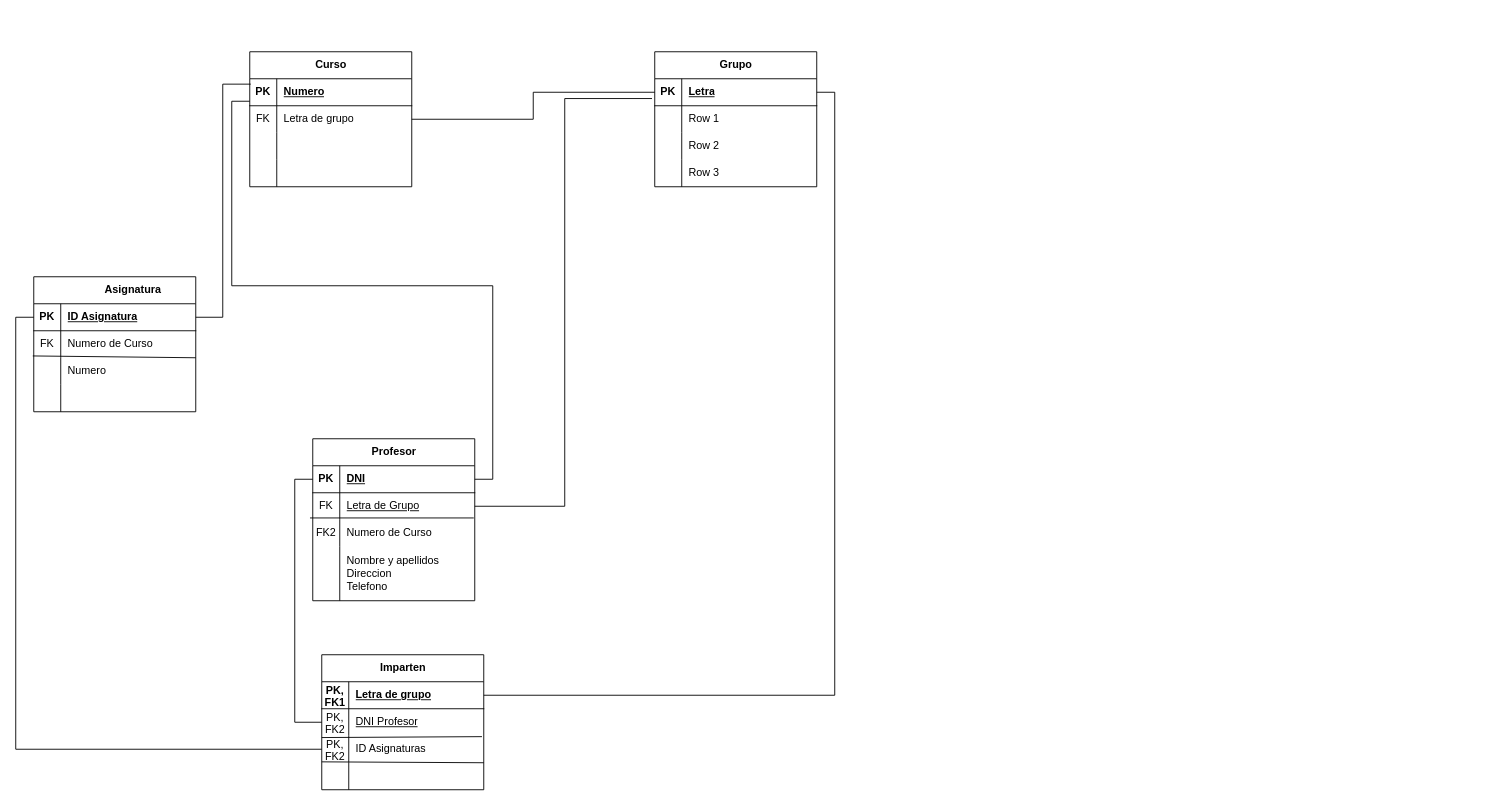
This is Unidad1/Tareas/MR Tarea2/Untitled Diagram.drawio from JVC0/Base-Datos, a draw.io file, before an edit. Source tidied: cells renumbered, new cells numbered last; positions are measured from the earlier drawing's top-left corner, leaving out a move shared by most shapes. Both pictures are drawn from the tidied source at 90%, with x=0, y=0 at pixel (33, 51).
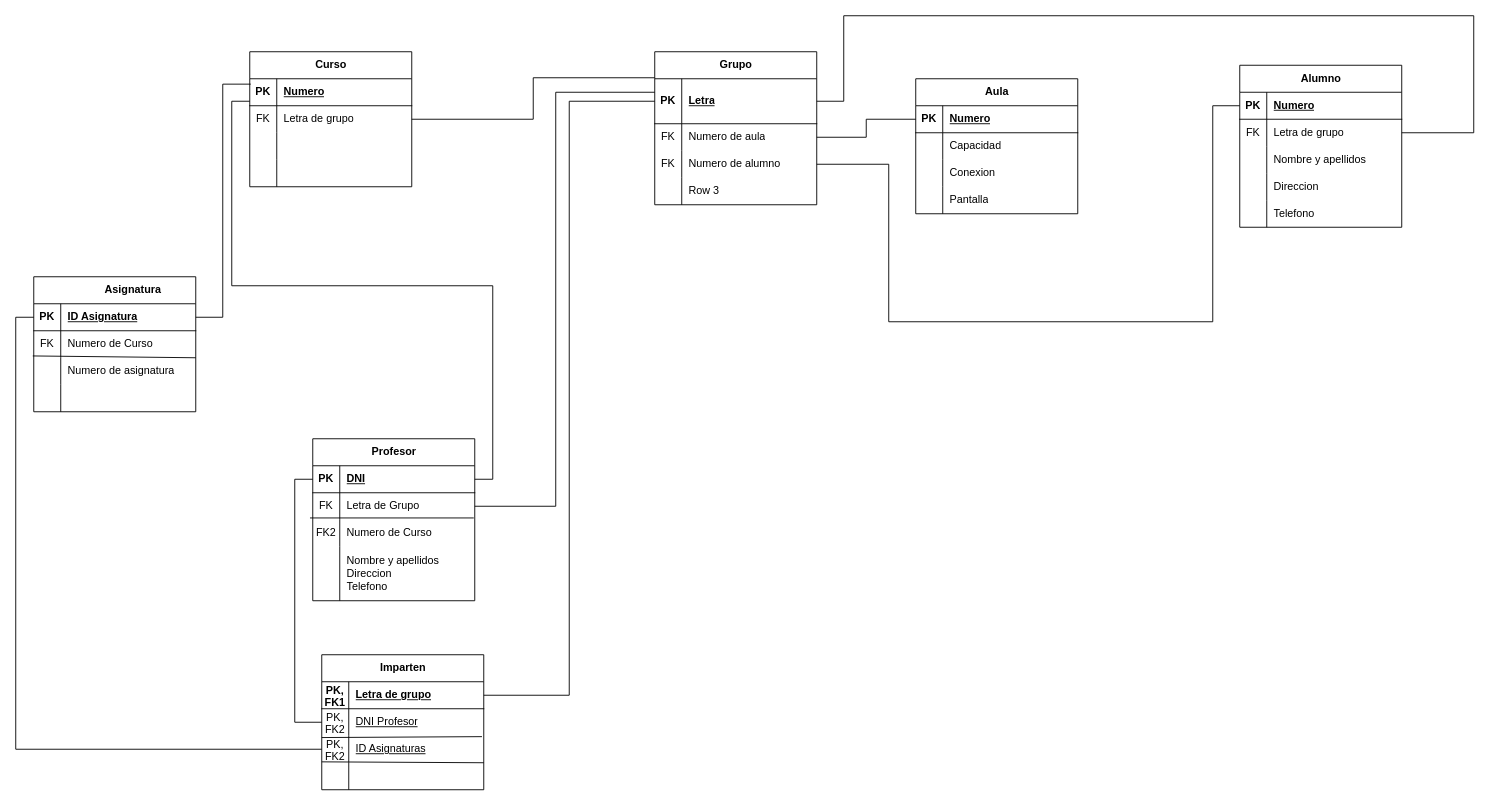
The same page after the edit.

The change refers to these unchanged cells:
```xml
<mxCell id="6" style="shape=tableRow;horizontal=0;startSize=0;swimlaneHead=0;swimlaneBody=0;fillColor=none;points=[[0,0.5],[1,0.5]];portConstraint=eastwest;top=0;left=0;right=0;bottom=0;" parent="2" vertex="1">
  <mxGeometry y="60" width="180" height="30" as="geometry" />
</mxCell>
<mxCell id="22" style="shape=tableRow;horizontal=0;startSize=0;swimlaneHead=0;swimlaneBody=0;fillColor=none;points=[[0,0.5],[1,0.5]];portConstraint=eastwest;top=0;left=0;right=0;bottom=0;" parent="15" vertex="1">
  <mxGeometry y="90" width="180" height="30" as="geometry" />
</mxCell>
<mxCell id="34" style="shape=tableRow;horizontal=0;startSize=0;swimlaneHead=0;swimlaneBody=0;fillColor=none;points=[[0,0.5],[1,0.5]];portConstraint=eastwest;top=0;left=0;right=0;bottom=0;" parent="30" vertex="1">
  <mxGeometry y="60" width="180" height="30" as="geometry" />
</mxCell>
<mxCell id="61" style="shape=tableRow;horizontal=0;startSize=0;swimlaneHead=0;swimlaneBody=0;fillColor=none;points=[[0,0.5],[1,0.5]];portConstraint=eastwest;top=0;left=0;right=0;bottom=1;" parent="60" vertex="1">
  <mxGeometry y="30" width="180" height="30" as="geometry" />
</mxCell>
<mxCell id="67" style="shape=tableRow;horizontal=0;startSize=0;swimlaneHead=0;swimlaneBody=0;fillColor=none;points=[[0,0.5],[1,0.5]];portConstraint=eastwest;top=0;left=0;right=0;bottom=0;" parent="60" vertex="1">
  <mxGeometry y="90" width="180" height="30" as="geometry" />
</mxCell>
```

Diff of the diagram source:
```diff
@@
-    <mxCell id="24" value="Numero" style="shape=partialRectangle;fillColor=none;top=0;left=0;bottom=0;right=0;align=left;spacingLeft=6;overflow=hidden;whiteSpace=wrap;html=1;" parent="22" vertex="1">
+    <mxCell id="24" value="Numero de asignatura" style="shape=partialRectangle;fillColor=none;top=0;left=0;bottom=0;right=0;align=left;spacingLeft=6;overflow=hidden;whiteSpace=wrap;html=1;" parent="22" vertex="1">
       <mxGeometry x="30" width="150" height="30" as="geometry" />
     </mxCell>
@@
-    <mxCell id="36" value="&lt;u&gt;Letra de Grupo&lt;/u&gt;" style="shape=partialRectangle;fillColor=none;top=0;left=0;bottom=0;right=0;align=left;spacingLeft=6;overflow=hidden;whiteSpace=wrap;html=1;" parent="34" vertex="1">
+    <mxCell id="36" value="Letra de Grupo" style="shape=partialRectangle;fillColor=none;top=0;left=0;bottom=0;right=0;align=left;spacingLeft=6;overflow=hidden;whiteSpace=wrap;html=1;" parent="34" vertex="1">
       <mxGeometry x="30" width="150" height="30" as="geometry" />
     </mxCell>
@@
     <mxCell id="45" value="Grupo" style="shape=table;startSize=30;childLayout=tableLayout;rowLines=0;fontStyle=1;align=center;html=1;" parent="1" vertex="1">
-      <mxGeometry x="690" width="180" height="150" as="geometry" />
+      <mxGeometry x="690" width="180" height="170" as="geometry" />
     </mxCell>
     <mxCell id="46" style="shape=tableRow;horizontal=0;startSize=0;swimlaneHead=0;swimlaneBody=0;fillColor=none;points=[[0,0.5],[1,0.5]];portConstraint=eastwest;top=0;left=0;right=0;bottom=1;" parent="45" vertex="1">
-      <mxGeometry y="30" width="180" height="30" as="geometry" />
+      <mxGeometry y="30" width="180" height="50" as="geometry" />
     </mxCell>
     <mxCell id="47" value="PK" style="shape=partialRectangle;fillColor=none;top=0;left=0;bottom=0;right=0;fontStyle=1;overflow=hidden;whiteSpace=wrap;html=1;" parent="46" vertex="1">
-      <mxGeometry width="30" height="30" as="geometry" />
+      <mxGeometry width="30" height="50" as="geometry" />
     </mxCell>
     <mxCell id="48" value="Letra" style="shape=partialRectangle;fillColor=none;top=0;left=0;bottom=0;right=0;align=left;spacingLeft=6;fontStyle=5;overflow=hidden;whiteSpace=wrap;html=1;" parent="46" vertex="1">
-      <mxGeometry x="30" width="150" height="30" as="geometry" />
+      <mxGeometry x="30" width="150" height="50" as="geometry" />
     </mxCell>
-    <mxCell id="49" style="shape=tableRow;horizontal=0;startSize=0;swimlaneHead=0;swimlaneBody=0;fillColor=none;top=0;left=0;right=0;bottom=0;" parent="45" vertex="1">
-      <mxGeometry y="60" width="180" height="30" as="geometry" />
-    </mxCell>
-    <mxCell id="50" style="shape=partialRectangle;fillColor=none;top=0;left=0;bottom=0;right=0;overflow=hidden;whiteSpace=wrap;html=1;" parent="49" vertex="1">
-      <mxGeometry width="30" height="30" as="geometry" />
-    </mxCell>
-    <mxCell id="51" value="Row 1" style="shape=partialRectangle;fillColor=none;top=0;left=0;bottom=0;right=0;align=left;spacingLeft=6;overflow=hidden;whiteSpace=wrap;html=1;" parent="49" vertex="1">
-      <mxGeometry x="30" width="150" height="30" as="geometry" />
-    </mxCell>
+    <mxCell id="78" style="shape=tableRow;horizontal=0;startSize=0;swimlaneHead=0;swimlaneBody=0;fillColor=none;points=[[0,0.5],[1,0.5]];portConstraint=eastwest;top=0;left=0;right=0;bottom=0;" parent="45" vertex="1">
+      <mxGeometry y="80" width="180" height="30" as="geometry" />
+    </mxCell>
+    <mxCell id="79" value="FK" style="shape=partialRectangle;fillColor=none;top=0;left=0;bottom=0;right=0;fontStyle=0;overflow=hidden;whiteSpace=wrap;html=1;" parent="78" vertex="1">
+      <mxGeometry width="30" height="30" as="geometry" />
+    </mxCell>
+    <mxCell id="80" value="Numero de aula" style="shape=partialRectangle;fillColor=none;top=0;left=0;bottom=0;right=0;align=left;spacingLeft=6;fontStyle=0;overflow=hidden;whiteSpace=wrap;html=1;" parent="78" vertex="1">
+      <mxGeometry x="30" width="150" height="30" as="geometry" />
+    </mxCell>
     <mxCell id="52" style="shape=tableRow;horizontal=0;startSize=0;swimlaneHead=0;swimlaneBody=0;fillColor=none;points=[[0,0.5],[1,0.5]];portConstraint=eastwest;top=0;left=0;right=0;bottom=0;" parent="45" vertex="1">
-      <mxGeometry y="90" width="180" height="30" as="geometry" />
+      <mxGeometry y="110" width="180" height="30" as="geometry" />
     </mxCell>
-    <mxCell id="53" style="shape=partialRectangle;fillColor=none;top=0;left=0;bottom=0;right=0;overflow=hidden;whiteSpace=wrap;html=1;" parent="52" vertex="1">
+    <mxCell id="53" value="FK" style="shape=partialRectangle;fillColor=none;top=0;left=0;bottom=0;right=0;overflow=hidden;whiteSpace=wrap;html=1;" parent="52" vertex="1">
       <mxGeometry width="30" height="30" as="geometry" />
     </mxCell>
-    <mxCell id="54" value="Row 2" style="shape=partialRectangle;fillColor=none;top=0;left=0;bottom=0;right=0;align=left;spacingLeft=6;overflow=hidden;whiteSpace=wrap;html=1;" parent="52" vertex="1">
+    <mxCell id="54" value="Numero de alumno" style="shape=partialRectangle;fillColor=none;top=0;left=0;bottom=0;right=0;align=left;spacingLeft=6;overflow=hidden;whiteSpace=wrap;html=1;" parent="52" vertex="1">
       <mxGeometry x="30" width="150" height="30" as="geometry" />
     </mxCell>
     <mxCell id="55" style="shape=tableRow;horizontal=0;startSize=0;swimlaneHead=0;swimlaneBody=0;fillColor=none;top=0;left=0;right=0;bottom=0;" parent="45" vertex="1">
-      <mxGeometry y="120" width="180" height="30" as="geometry" />
+      <mxGeometry y="140" width="180" height="30" as="geometry" />
     </mxCell>
@@
-    <mxCell id="58" style="edgeStyle=orthogonalEdgeStyle;rounded=0;jettySize=auto;html=1;endArrow=none;endFill=0;entryX=1;entryY=0.5;entryDx=0;entryDy=0;" parent="1" edge="1" source="46" target="6">
+    <mxCell id="58" style="edgeStyle=orthogonalEdgeStyle;rounded=0;jettySize=auto;html=1;endArrow=none;endFill=0;entryX=1;entryY=0.5;entryDx=0;entryDy=0;exitX=0;exitY=0.17;exitDx=0;exitDy=0;exitPerimeter=0;" parent="1" edge="1" source="45" target="6">
       <mxGeometry relative="1" as="geometry" />
     </mxCell>
-    <mxCell id="59" style="edgeStyle=orthogonalEdgeStyle;rounded=0;jettySize=auto;html=1;entryX=-0.017;entryY=0.733;entryDx=0;entryDy=0;entryPerimeter=0;endArrow=none;endFill=0;" parent="1" edge="1" source="34" target="46">
-      <mxGeometry relative="1" as="geometry" />
+    <mxCell id="59" style="edgeStyle=orthogonalEdgeStyle;rounded=0;jettySize=auto;html=1;endArrow=none;endFill=0;" parent="1" edge="1" source="34" target="46">
+      <mxGeometry relative="1" as="geometry">
+        <Array as="points">
+          <mxPoint x="580" y="505" />
+          <mxPoint x="580" y="45" />
+        </Array>
+      </mxGeometry>
     </mxCell>
@@
-    <mxCell id="69" value="ID Asignaturas" style="shape=partialRectangle;fillColor=none;top=0;left=0;bottom=0;right=0;align=left;spacingLeft=6;overflow=hidden;whiteSpace=wrap;html=1;" parent="67" vertex="1">
+    <mxCell id="69" value="&lt;u&gt;ID Asignaturas&lt;/u&gt;" style="shape=partialRectangle;fillColor=none;top=0;left=0;bottom=0;right=0;align=left;spacingLeft=6;overflow=hidden;whiteSpace=wrap;html=1;" parent="67" vertex="1">
       <mxGeometry x="30" width="150" height="30" as="geometry" />
     </mxCell>
@@
-    <mxCell id="77" style="edgeStyle=orthogonalEdgeStyle;rounded=0;jettySize=auto;html=1;entryX=1;entryY=0.5;entryDx=0;entryDy=0;endArrow=none;endFill=0;" parent="1" edge="1" source="61" target="46">
+    <mxCell id="77" style="edgeStyle=orthogonalEdgeStyle;rounded=0;jettySize=auto;html=1;endArrow=none;endFill=0;entryX=0;entryY=0.5;entryDx=0;entryDy=0;" parent="1" edge="1" source="61" target="46">
       <mxGeometry relative="1" as="geometry" />
     </mxCell>
+    <mxCell id="81" value="Aula" style="shape=table;startSize=30;childLayout=tableLayout;rowLines=0;fontStyle=1;align=center;html=1;" parent="1" vertex="1">
+      <mxGeometry x="980" y="30" width="180" height="150" as="geometry" />
+    </mxCell>
+    <mxCell id="82" style="shape=tableRow;horizontal=0;startSize=0;swimlaneHead=0;swimlaneBody=0;fillColor=none;points=[[0,0.5],[1,0.5]];portConstraint=eastwest;top=0;left=0;right=0;bottom=1;" parent="81" vertex="1">
+      <mxGeometry y="30" width="180" height="30" as="geometry" />
+    </mxCell>
+    <mxCell id="83" value="PK" style="shape=partialRectangle;fillColor=none;top=0;left=0;bottom=0;right=0;fontStyle=1;overflow=hidden;whiteSpace=wrap;html=1;" parent="82" vertex="1">
+      <mxGeometry width="30" height="30" as="geometry" />
+    </mxCell>
+    <mxCell id="84" value="Numero" style="shape=partialRectangle;fillColor=none;top=0;left=0;bottom=0;right=0;align=left;spacingLeft=6;fontStyle=5;overflow=hidden;whiteSpace=wrap;html=1;" parent="82" vertex="1">
+      <mxGeometry x="30" width="150" height="30" as="geometry" />
+    </mxCell>
+    <mxCell id="85" style="shape=tableRow;horizontal=0;startSize=0;swimlaneHead=0;swimlaneBody=0;fillColor=none;top=0;left=0;right=0;bottom=0;" parent="81" vertex="1">
+      <mxGeometry y="60" width="180" height="30" as="geometry" />
+    </mxCell>
+    <mxCell id="86" style="shape=partialRectangle;fillColor=none;top=0;left=0;bottom=0;right=0;overflow=hidden;whiteSpace=wrap;html=1;" parent="85" vertex="1">
+      <mxGeometry width="30" height="30" as="geometry" />
+    </mxCell>
+    <mxCell id="87" value="Capacidad" style="shape=partialRectangle;fillColor=none;top=0;left=0;bottom=0;right=0;align=left;spacingLeft=6;overflow=hidden;whiteSpace=wrap;html=1;" parent="85" vertex="1">
+      <mxGeometry x="30" width="150" height="30" as="geometry" />
+    </mxCell>
+    <mxCell id="88" style="shape=tableRow;horizontal=0;startSize=0;swimlaneHead=0;swimlaneBody=0;fillColor=none;top=0;left=0;right=0;bottom=0;" parent="81" vertex="1">
+      <mxGeometry y="90" width="180" height="30" as="geometry" />
+    </mxCell>
+    <mxCell id="89" style="shape=partialRectangle;fillColor=none;top=0;left=0;bottom=0;right=0;overflow=hidden;whiteSpace=wrap;html=1;" parent="88" vertex="1">
+      <mxGeometry width="30" height="30" as="geometry" />
+    </mxCell>
+    <mxCell id="90" value="Conexion" style="shape=partialRectangle;fillColor=none;top=0;left=0;bottom=0;right=0;align=left;spacingLeft=6;overflow=hidden;whiteSpace=wrap;html=1;" parent="88" vertex="1">
+      <mxGeometry x="30" width="150" height="30" as="geometry" />
+    </mxCell>
+    <mxCell id="91" style="shape=tableRow;horizontal=0;startSize=0;swimlaneHead=0;swimlaneBody=0;fillColor=none;top=0;left=0;right=0;bottom=0;" parent="81" vertex="1">
+      <mxGeometry y="120" width="180" height="30" as="geometry" />
+    </mxCell>
+    <mxCell id="92" style="shape=partialRectangle;fillColor=none;top=0;left=0;bottom=0;right=0;overflow=hidden;whiteSpace=wrap;html=1;" parent="91" vertex="1">
+      <mxGeometry width="30" height="30" as="geometry" />
+    </mxCell>
+    <mxCell id="93" value="Pantalla" style="shape=partialRectangle;fillColor=none;top=0;left=0;bottom=0;right=0;align=left;spacingLeft=6;overflow=hidden;whiteSpace=wrap;html=1;" parent="91" vertex="1">
+      <mxGeometry x="30" width="150" height="30" as="geometry" />
+    </mxCell>
+    <mxCell id="94" style="edgeStyle=orthogonalEdgeStyle;rounded=0;jettySize=auto;html=1;entryX=1;entryY=0.5;entryDx=0;entryDy=0;endArrow=none;endFill=0;" parent="1" edge="1" source="82" target="78">
+      <mxGeometry relative="1" as="geometry" />
+    </mxCell>
+    <mxCell id="95" value="Alumno" style="shape=table;startSize=30;childLayout=tableLayout;rowLines=0;fontStyle=1;align=center;html=1;" parent="1" vertex="1">
+      <mxGeometry x="1340" y="15" width="180" height="180" as="geometry" />
+    </mxCell>
+    <mxCell id="96" style="shape=tableRow;horizontal=0;startSize=0;swimlaneHead=0;swimlaneBody=0;fillColor=none;points=[[0,0.5],[1,0.5]];portConstraint=eastwest;top=0;left=0;right=0;bottom=1;" parent="95" vertex="1">
+      <mxGeometry y="30" width="180" height="30" as="geometry" />
+    </mxCell>
+    <mxCell id="97" value="PK" style="shape=partialRectangle;fillColor=none;top=0;left=0;bottom=0;right=0;fontStyle=1;overflow=hidden;whiteSpace=wrap;html=1;" parent="96" vertex="1">
+      <mxGeometry width="30" height="30" as="geometry" />
+    </mxCell>
+    <mxCell id="98" value="Numero" style="shape=partialRectangle;fillColor=none;top=0;left=0;bottom=0;right=0;align=left;spacingLeft=6;fontStyle=5;overflow=hidden;whiteSpace=wrap;html=1;" parent="96" vertex="1">
+      <mxGeometry x="30" width="150" height="30" as="geometry" />
+    </mxCell>
+    <mxCell id="99" style="shape=tableRow;horizontal=0;startSize=0;swimlaneHead=0;swimlaneBody=0;fillColor=none;points=[[0,0.5],[1,0.5]];portConstraint=eastwest;top=0;left=0;right=0;bottom=0;" parent="95" vertex="1">
+      <mxGeometry y="60" width="180" height="30" as="geometry" />
+    </mxCell>
+    <mxCell id="100" value="FK" style="shape=partialRectangle;fillColor=none;top=0;left=0;bottom=0;right=0;fontStyle=0;overflow=hidden;whiteSpace=wrap;html=1;" parent="99" vertex="1">
+      <mxGeometry width="30" height="30" as="geometry" />
+    </mxCell>
+    <mxCell id="101" value="Letra de grupo" style="shape=partialRectangle;fillColor=none;top=0;left=0;bottom=0;right=0;align=left;spacingLeft=6;fontStyle=0;overflow=hidden;whiteSpace=wrap;html=1;" parent="99" vertex="1">
+      <mxGeometry x="30" width="150" height="30" as="geometry" />
+    </mxCell>
+    <mxCell id="102" style="shape=tableRow;horizontal=0;startSize=0;swimlaneHead=0;swimlaneBody=0;fillColor=none;top=0;left=0;right=0;bottom=0;" parent="95" vertex="1">
+      <mxGeometry y="90" width="180" height="30" as="geometry" />
+    </mxCell>
+    <mxCell id="103" style="shape=partialRectangle;fillColor=none;top=0;left=0;bottom=0;right=0;overflow=hidden;whiteSpace=wrap;html=1;" parent="102" vertex="1">
+      <mxGeometry width="30" height="30" as="geometry" />
+    </mxCell>
+    <mxCell id="104" value="Nombre y apellidos" style="shape=partialRectangle;fillColor=none;top=0;left=0;bottom=0;right=0;align=left;spacingLeft=6;overflow=hidden;whiteSpace=wrap;html=1;" parent="102" vertex="1">
+      <mxGeometry x="30" width="150" height="30" as="geometry" />
+    </mxCell>
+    <mxCell id="105" style="shape=tableRow;horizontal=0;startSize=0;swimlaneHead=0;swimlaneBody=0;fillColor=none;top=0;left=0;right=0;bottom=0;" parent="95" vertex="1">
+      <mxGeometry y="120" width="180" height="30" as="geometry" />
+    </mxCell>
+    <mxCell id="106" style="shape=partialRectangle;fillColor=none;top=0;left=0;bottom=0;right=0;overflow=hidden;whiteSpace=wrap;html=1;" parent="105" vertex="1">
+      <mxGeometry width="30" height="30" as="geometry" />
+    </mxCell>
+    <mxCell id="107" value="Direccion" style="shape=partialRectangle;fillColor=none;top=0;left=0;bottom=0;right=0;align=left;spacingLeft=6;overflow=hidden;whiteSpace=wrap;html=1;" parent="105" vertex="1">
+      <mxGeometry x="30" width="150" height="30" as="geometry" />
+    </mxCell>
+    <mxCell id="108" style="shape=tableRow;horizontal=0;startSize=0;swimlaneHead=0;swimlaneBody=0;fillColor=none;top=0;left=0;right=0;bottom=0;" parent="95" vertex="1">
+      <mxGeometry y="150" width="180" height="30" as="geometry" />
+    </mxCell>
+    <mxCell id="109" style="shape=partialRectangle;fillColor=none;top=0;left=0;bottom=0;right=0;overflow=hidden;whiteSpace=wrap;html=1;" parent="108" vertex="1">
+      <mxGeometry width="30" height="30" as="geometry" />
+    </mxCell>
+    <mxCell id="110" value="Telefono" style="shape=partialRectangle;fillColor=none;top=0;left=0;bottom=0;right=0;align=left;spacingLeft=6;overflow=hidden;whiteSpace=wrap;html=1;" parent="108" vertex="1">
+      <mxGeometry x="30" width="150" height="30" as="geometry" />
+    </mxCell>
+    <mxCell id="111" style="edgeStyle=orthogonalEdgeStyle;rounded=0;jettySize=auto;html=1;entryX=1;entryY=0.5;entryDx=0;entryDy=0;exitX=0;exitY=0.5;exitDx=0;exitDy=0;endArrow=none;endFill=0;" parent="1" edge="1" source="96" target="52">
+      <mxGeometry relative="1" as="geometry">
+        <Array as="points">
+          <mxPoint x="1310" y="60" />
+          <mxPoint x="1310" y="300" />
+          <mxPoint x="950" y="300" />
+          <mxPoint x="950" y="125" />
+        </Array>
+      </mxGeometry>
+    </mxCell>
+    <mxCell id="112" style="edgeStyle=orthogonalEdgeStyle;rounded=0;jettySize=auto;html=1;entryX=1;entryY=0.5;entryDx=0;entryDy=0;exitX=1;exitY=0.5;exitDx=0;exitDy=0;endArrow=none;endFill=0;" parent="1" edge="1" source="99" target="46">
+      <mxGeometry relative="1" as="geometry">
+        <Array as="points">
+          <mxPoint x="1600" y="90" />
+          <mxPoint x="1600" y="-40" />
+          <mxPoint x="900" y="-40" />
+          <mxPoint x="900" y="55" />
+        </Array>
+      </mxGeometry>
+    </mxCell>
```
